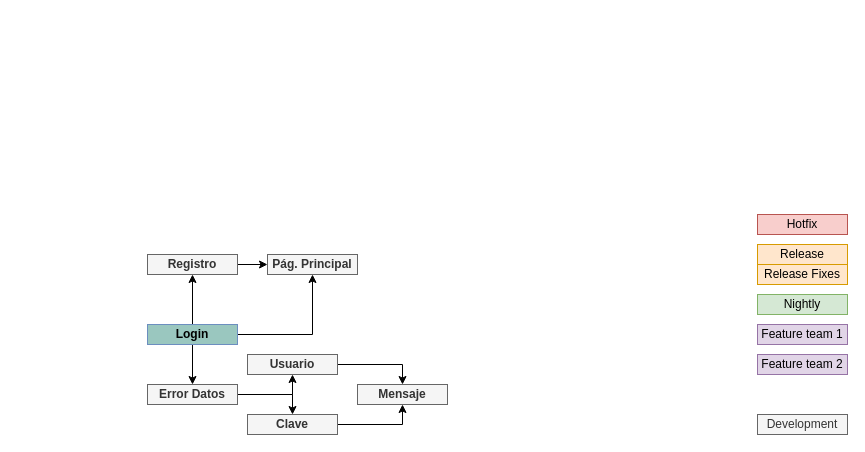
This is Diagrama sin título.drawio from amaliatorre/BOTANIC_diver-educa, a draw.io file, before an edit. Source tidied: cells renumbered, new cells numbered last; positions are measured from the earlier drawing's top-left corner, leaving out a move shared by most shapes. Both pictures are drawn from the tidied source at 100%, with x=0, y=0 at pixel (147, 214).
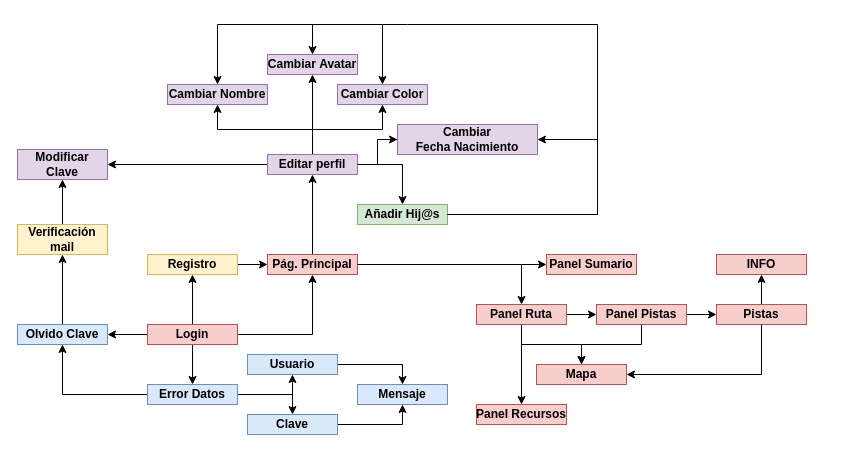
After the change.

The edit, as a diff of the source:
```diff
@@
+    <mxCell id="24" style="edgeStyle=orthogonalEdgeStyle;rounded=0;jettySize=auto;html=1;" parent="1" edge="1" source="5" target="29">
+      <mxGeometry relative="1" as="geometry" />
+    </mxCell>
-    <mxCell id="5" value="&lt;b&gt;Login&lt;/b&gt;" style="text;html=1;strokeColor=#6c8ebf;fillColor=#9AC7BF;align=center;verticalAlign=middle;whiteSpace=wrap;rounded=0;" parent="1" vertex="1">
+    <mxCell id="5" value="&lt;b&gt;Login&lt;/b&gt;" style="text;html=1;strokeColor=#b85450;fillColor=#f8cecc;align=center;verticalAlign=middle;whiteSpace=wrap;rounded=0;" parent="1" vertex="1">
       <mxGeometry y="110" width="90" height="20" as="geometry" />
     </mxCell>
-    <mxCell id="6" value="Hotfix" style="text;html=1;strokeColor=#b85450;fillColor=#f8cecc;align=center;verticalAlign=middle;whiteSpace=wrap;rounded=0;" parent="1" vertex="1">
-      <mxGeometry x="610" width="90" height="20" as="geometry" />
-    </mxCell>
-    <mxCell id="7" value="Nightly" style="text;html=1;strokeColor=#82b366;fillColor=#d5e8d4;align=center;verticalAlign=middle;whiteSpace=wrap;rounded=0;" parent="1" vertex="1">
-      <mxGeometry x="610" y="80" width="90" height="20" as="geometry" />
-    </mxCell>
-    <mxCell id="8" value="Release" style="text;html=1;strokeColor=#d79b00;fillColor=#ffe6cc;align=center;verticalAlign=middle;whiteSpace=wrap;rounded=0;fontSize=12;" parent="1" vertex="1">
-      <mxGeometry x="610" y="30" width="90" height="20" as="geometry" />
-    </mxCell>
-    <mxCell id="9" value="Feature team 1" style="text;html=1;strokeColor=#9673a6;fillColor=#e1d5e7;align=center;verticalAlign=middle;whiteSpace=wrap;rounded=0;" parent="1" vertex="1">
-      <mxGeometry x="610" y="110" width="90" height="20" as="geometry" />
-    </mxCell>
-    <mxCell id="10" value="Feature team 2" style="text;html=1;strokeColor=#9673a6;fillColor=#e1d5e7;align=center;verticalAlign=middle;whiteSpace=wrap;rounded=0;" parent="1" vertex="1">
-      <mxGeometry x="610" y="140" width="90" height="20" as="geometry" />
-    </mxCell>
-    <mxCell id="11" value="Development" style="text;html=1;strokeColor=#666666;fillColor=#f5f5f5;align=center;verticalAlign=middle;whiteSpace=wrap;rounded=0;fontColor=#333333;" parent="1" vertex="1">
-      <mxGeometry x="610" y="200" width="90" height="20" as="geometry" />
-    </mxCell>
-    <mxCell id="12" value="Release Fixes" style="text;html=1;strokeColor=#d79b00;fillColor=#ffe6cc;align=center;verticalAlign=middle;whiteSpace=wrap;rounded=0;fontSize=12;" parent="1" vertex="1">
-      <mxGeometry x="610" y="50" width="90" height="20" as="geometry" />
-    </mxCell>
@@
-    <mxCell id="14" value="&lt;b&gt;Registro&lt;/b&gt;" style="text;html=1;strokeColor=#666666;fillColor=#f5f5f5;align=center;verticalAlign=middle;whiteSpace=wrap;rounded=0;fontColor=#333333;" parent="1" vertex="1">
+    <mxCell id="14" value="&lt;b&gt;Registro&lt;/b&gt;" style="text;html=1;strokeColor=#d6b656;fillColor=#fff2cc;align=center;verticalAlign=middle;whiteSpace=wrap;rounded=0;" parent="1" vertex="1">
       <mxGeometry y="40" width="90" height="20" as="geometry" />
     </mxCell>
+    <mxCell id="25" style="edgeStyle=orthogonalEdgeStyle;rounded=0;jettySize=auto;html=1;" parent="1" edge="1" source="15" target="39">
+      <mxGeometry relative="1" as="geometry" />
+    </mxCell>
+    <mxCell id="26" style="edgeStyle=orthogonalEdgeStyle;rounded=0;jettySize=auto;html=1;" parent="1" edge="1" source="15" target="50">
+      <mxGeometry relative="1" as="geometry" />
+    </mxCell>
-    <mxCell id="15" value="&lt;b&gt;Pág. Principal&lt;/b&gt;" style="text;html=1;strokeColor=#666666;fillColor=#f5f5f5;align=center;verticalAlign=middle;whiteSpace=wrap;rounded=0;fontColor=#333333;" parent="1" vertex="1">
+    <mxCell id="15" value="&lt;b&gt;Pág. Principal&lt;/b&gt;" style="text;html=1;strokeColor=#b85450;fillColor=#f8cecc;align=center;verticalAlign=middle;whiteSpace=wrap;rounded=0;" parent="1" vertex="1">
       <mxGeometry x="120" y="40" width="90" height="20" as="geometry" />
     </mxCell>
@@
+    <mxCell id="27" style="edgeStyle=orthogonalEdgeStyle;rounded=0;jettySize=auto;html=1;" parent="1" edge="1" source="18" target="29">
+      <mxGeometry relative="1" as="geometry" />
+    </mxCell>
-    <mxCell id="18" value="&lt;b&gt;Error Datos&lt;/b&gt;" style="text;html=1;strokeColor=#666666;fillColor=#f5f5f5;align=center;verticalAlign=middle;whiteSpace=wrap;rounded=0;fontColor=#333333;" parent="1" vertex="1">
+    <mxCell id="18" value="&lt;b&gt;Error Datos&lt;/b&gt;" style="text;html=1;strokeColor=#6c8ebf;fillColor=#dae8fc;align=center;verticalAlign=middle;whiteSpace=wrap;rounded=0;" parent="1" vertex="1">
       <mxGeometry y="170" width="90" height="20" as="geometry" />
     </mxCell>
@@
-    <mxCell id="20" value="&lt;b&gt;Usuario&lt;/b&gt;" style="text;html=1;strokeColor=#666666;fillColor=#f5f5f5;align=center;verticalAlign=middle;whiteSpace=wrap;rounded=0;fontColor=#333333;" parent="1" vertex="1">
+    <mxCell id="20" value="&lt;b&gt;Usuario&lt;/b&gt;" style="text;html=1;strokeColor=#6c8ebf;fillColor=#dae8fc;align=center;verticalAlign=middle;whiteSpace=wrap;rounded=0;" parent="1" vertex="1">
       <mxGeometry x="100" y="140" width="90" height="20" as="geometry" />
     </mxCell>
@@
-    <mxCell id="22" value="&lt;b&gt;Clave&lt;/b&gt;" style="text;html=1;strokeColor=#666666;fillColor=#f5f5f5;align=center;verticalAlign=middle;whiteSpace=wrap;rounded=0;fontColor=#333333;" parent="1" vertex="1">
+    <mxCell id="22" value="&lt;b&gt;Clave&lt;/b&gt;" style="text;html=1;strokeColor=#6c8ebf;fillColor=#dae8fc;align=center;verticalAlign=middle;whiteSpace=wrap;rounded=0;" parent="1" vertex="1">
       <mxGeometry x="100" y="200" width="90" height="20" as="geometry" />
     </mxCell>
-    <mxCell id="23" value="&lt;b&gt;Mensaje&lt;/b&gt;" style="text;html=1;strokeColor=#666666;fillColor=#f5f5f5;align=center;verticalAlign=middle;whiteSpace=wrap;rounded=0;fontColor=#333333;" parent="1" vertex="1">
+    <mxCell id="23" value="&lt;b&gt;Mensaje&lt;/b&gt;" style="text;html=1;strokeColor=#6c8ebf;fillColor=#dae8fc;align=center;verticalAlign=middle;whiteSpace=wrap;rounded=0;" parent="1" vertex="1">
       <mxGeometry x="210" y="170" width="90" height="20" as="geometry" />
     </mxCell>
+    <mxCell id="28" style="edgeStyle=orthogonalEdgeStyle;rounded=0;jettySize=auto;html=1;" parent="1" edge="1" source="29" target="31">
+      <mxGeometry relative="1" as="geometry" />
+    </mxCell>
+    <mxCell id="29" value="&lt;b&gt;Olvido Clave&lt;/b&gt;" style="text;html=1;strokeColor=#6c8ebf;fillColor=#dae8fc;align=center;verticalAlign=middle;whiteSpace=wrap;rounded=0;" parent="1" vertex="1">
+      <mxGeometry x="-130" y="110" width="90" height="20" as="geometry" />
+    </mxCell>
+    <mxCell id="30" style="edgeStyle=orthogonalEdgeStyle;rounded=0;jettySize=auto;html=1;" parent="1" edge="1" source="31" target="32">
+      <mxGeometry relative="1" as="geometry" />
+    </mxCell>
+    <mxCell id="31" value="&lt;b&gt;Verificación mail&lt;/b&gt;" style="text;html=1;strokeColor=#d6b656;fillColor=#fff2cc;align=center;verticalAlign=middle;whiteSpace=wrap;rounded=0;" parent="1" vertex="1">
+      <mxGeometry x="-130" y="10" width="90" height="30" as="geometry" />
+    </mxCell>
+    <mxCell id="32" value="&lt;b&gt;Modificar&lt;br&gt;Clave&lt;br&gt;&lt;/b&gt;" style="text;html=1;strokeColor=#9673a6;fillColor=#e1d5e7;align=center;verticalAlign=middle;whiteSpace=wrap;rounded=0;" parent="1" vertex="1">
+      <mxGeometry x="-130" y="-65" width="90" height="30" as="geometry" />
+    </mxCell>
+    <mxCell id="33" style="edgeStyle=orthogonalEdgeStyle;rounded=0;jettySize=auto;html=1;" parent="1" edge="1" source="39" target="32">
+      <mxGeometry relative="1" as="geometry" />
+    </mxCell>
+    <mxCell id="34" style="edgeStyle=orthogonalEdgeStyle;rounded=0;jettySize=auto;html=1;" parent="1" edge="1" source="39" target="40">
+      <mxGeometry relative="1" as="geometry" />
+    </mxCell>
+    <mxCell id="35" style="edgeStyle=orthogonalEdgeStyle;rounded=0;jettySize=auto;html=1;" parent="1" edge="1" source="39" target="41">
+      <mxGeometry relative="1" as="geometry" />
+    </mxCell>
+    <mxCell id="36" style="edgeStyle=orthogonalEdgeStyle;rounded=0;jettySize=auto;html=1;" parent="1" edge="1" source="39" target="42">
+      <mxGeometry relative="1" as="geometry" />
+    </mxCell>
+    <mxCell id="37" style="edgeStyle=orthogonalEdgeStyle;rounded=0;jettySize=auto;html=1;startArrow=none;exitX=1;exitY=0.5;exitDx=0;exitDy=0;" parent="1" edge="1" source="39" target="43">
+      <mxGeometry relative="1" as="geometry" />
+    </mxCell>
+    <mxCell id="38" style="edgeStyle=orthogonalEdgeStyle;rounded=0;jettySize=auto;html=1;" parent="1" edge="1" source="39" target="45">
+      <mxGeometry relative="1" as="geometry" />
+    </mxCell>
+    <mxCell id="39" value="&lt;b&gt;Editar perfil&lt;/b&gt;" style="text;html=1;strokeColor=#9673a6;fillColor=#e1d5e7;align=center;verticalAlign=middle;whiteSpace=wrap;rounded=0;" parent="1" vertex="1">
+      <mxGeometry x="120" y="-60" width="90" height="20" as="geometry" />
+    </mxCell>
+    <mxCell id="40" value="&lt;b&gt;Cambiar Nombre&lt;/b&gt;" style="text;html=1;strokeColor=#9673a6;fillColor=#e1d5e7;align=center;verticalAlign=middle;whiteSpace=wrap;rounded=0;" parent="1" vertex="1">
+      <mxGeometry x="20" y="-130" width="100" height="20" as="geometry" />
+    </mxCell>
+    <mxCell id="41" value="&lt;span style=&quot;font-size: 12px;&quot;&gt;&lt;b&gt;Cambiar&lt;/b&gt;&lt;/span&gt;&lt;b&gt;&amp;nbsp;Avatar&lt;/b&gt;" style="text;html=1;strokeColor=#9673a6;fillColor=#e1d5e7;align=center;verticalAlign=middle;whiteSpace=wrap;rounded=0;" parent="1" vertex="1">
+      <mxGeometry x="120" y="-160" width="90" height="20" as="geometry" />
+    </mxCell>
+    <mxCell id="42" value="&lt;span style=&quot;font-size: 12px;&quot;&gt;&lt;b&gt;Cambiar&lt;/b&gt;&lt;/span&gt;&lt;b&gt;&amp;nbsp;Color&lt;/b&gt;" style="text;html=1;strokeColor=#9673a6;fillColor=#e1d5e7;align=center;verticalAlign=middle;whiteSpace=wrap;rounded=0;" parent="1" vertex="1">
+      <mxGeometry x="190" y="-130" width="90" height="20" as="geometry" />
+    </mxCell>
+    <mxCell id="43" value="&lt;b&gt;Añadir Hij@s&lt;/b&gt;" style="text;html=1;strokeColor=#82b366;fillColor=#d5e8d4;align=center;verticalAlign=middle;whiteSpace=wrap;rounded=0;" parent="1" vertex="1">
+      <mxGeometry x="210" y="-10" width="90" height="20" as="geometry" />
+    </mxCell>
+    <mxCell id="44" style="edgeStyle=orthogonalEdgeStyle;rounded=0;jettySize=auto;html=1;endArrow=none;" parent="1" edge="1" source="39" target="45">
+      <mxGeometry relative="1" as="geometry" />
+    </mxCell>
+    <mxCell id="45" value="&lt;b&gt;Cambiar &lt;br&gt;Fecha Nacimiento&lt;/b&gt;" style="text;html=1;strokeColor=#9673a6;fillColor=#e1d5e7;align=center;verticalAlign=middle;whiteSpace=wrap;rounded=0;" parent="1" vertex="1">
+      <mxGeometry x="250" y="-90" width="140" height="30" as="geometry" />
+    </mxCell>
+    <mxCell id="46" style="endArrow=classic;html=1;rounded=0;exitX=1;exitY=0.5;exitDx=0;exitDy=0;entryX=1;entryY=0.5;entryDx=0;entryDy=0;" parent="1" edge="1" source="43" target="45">
+      <mxGeometry relative="1" as="geometry">
+        <Array as="points">
+          <mxPoint x="450" />
+          <mxPoint x="450" y="-75" />
+        </Array>
+      </mxGeometry>
+    </mxCell>
+    <mxCell id="47" style="endArrow=classic;html=1;rounded=0;exitX=1;exitY=0.5;exitDx=0;exitDy=0;entryX=0.5;entryY=0;entryDx=0;entryDy=0;" parent="1" edge="1" source="43" target="40">
+      <mxGeometry relative="1" as="geometry">
+        <Array as="points">
+          <mxPoint x="450" />
+          <mxPoint x="450" y="-190" />
+          <mxPoint x="260" y="-190" />
+          <mxPoint x="70" y="-190" />
+        </Array>
+      </mxGeometry>
+    </mxCell>
+    <mxCell id="48" style="endArrow=classic;html=1;rounded=0;entryX=0.5;entryY=0;entryDx=0;entryDy=0;" parent="1" edge="1" target="41">
+      <mxGeometry relative="1" as="geometry">
+        <mxPoint x="165" y="-190" as="sourcePoint" />
+      </mxGeometry>
+    </mxCell>
+    <mxCell id="49" style="endArrow=classic;html=1;rounded=0;entryX=0.5;entryY=0;entryDx=0;entryDy=0;" parent="1" edge="1" target="42">
+      <mxGeometry relative="1" as="geometry">
+        <mxPoint x="235" y="-190" as="sourcePoint" />
+      </mxGeometry>
+    </mxCell>
+    <mxCell id="50" value="&lt;b&gt;Panel Sumario&lt;/b&gt;" style="text;html=1;strokeColor=#b85450;fillColor=#f8cecc;align=center;verticalAlign=middle;whiteSpace=wrap;rounded=0;" parent="1" vertex="1">
+      <mxGeometry x="399" y="40" width="90" height="20" as="geometry" />
+    </mxCell>
+    <mxCell id="51" style="edgeStyle=orthogonalEdgeStyle;rounded=0;jettySize=auto;html=1;" parent="1" edge="1" source="54" target="58">
+      <mxGeometry relative="1" as="geometry" />
+    </mxCell>
+    <mxCell id="52" style="edgeStyle=orthogonalEdgeStyle;rounded=0;jettySize=auto;html=1;" parent="1" edge="1" source="54" target="59">
+      <mxGeometry relative="1" as="geometry" />
+    </mxCell>
+    <mxCell id="53" style="edgeStyle=orthogonalEdgeStyle;rounded=0;jettySize=auto;html=1;" parent="1" edge="1" source="54" target="64">
+      <mxGeometry relative="1" as="geometry" />
+    </mxCell>
+    <mxCell id="54" value="&lt;b&gt;Panel Ruta&lt;/b&gt;" style="text;html=1;strokeColor=#b85450;fillColor=#f8cecc;align=center;verticalAlign=middle;whiteSpace=wrap;rounded=0;" parent="1" vertex="1">
+      <mxGeometry x="329" y="90" width="90" height="20" as="geometry" />
+    </mxCell>
+    <mxCell id="55" style="edgeStyle=orthogonalEdgeStyle;rounded=0;jettySize=auto;html=1;exitX=1;exitY=0.5;exitDx=0;exitDy=0;entryX=0.5;entryY=0;entryDx=0;entryDy=0;" parent="1" edge="1" source="15" target="54">
+      <mxGeometry relative="1" as="geometry" />
+    </mxCell>
+    <mxCell id="56" style="edgeStyle=orthogonalEdgeStyle;rounded=0;jettySize=auto;html=1;" parent="1" edge="1" source="58" target="59">
+      <mxGeometry relative="1" as="geometry" />
+    </mxCell>
+    <mxCell id="57" style="edgeStyle=orthogonalEdgeStyle;rounded=0;jettySize=auto;html=1;" parent="1" edge="1" source="58" target="61">
+      <mxGeometry relative="1" as="geometry" />
+    </mxCell>
+    <mxCell id="58" value="&lt;b&gt;Panel Pistas&lt;/b&gt;" style="text;html=1;strokeColor=#b85450;fillColor=#f8cecc;align=center;verticalAlign=middle;whiteSpace=wrap;rounded=0;" parent="1" vertex="1">
+      <mxGeometry x="449" y="90" width="90" height="20" as="geometry" />
+    </mxCell>
+    <mxCell id="59" value="&lt;b&gt;Mapa&lt;/b&gt;" style="text;html=1;strokeColor=#b85450;fillColor=#f8cecc;align=center;verticalAlign=middle;whiteSpace=wrap;rounded=0;" parent="1" vertex="1">
+      <mxGeometry x="389" y="150" width="90" height="20" as="geometry" />
+    </mxCell>
+    <mxCell id="60" style="edgeStyle=orthogonalEdgeStyle;rounded=0;jettySize=auto;html=1;" parent="1" edge="1" source="61" target="62">
+      <mxGeometry relative="1" as="geometry" />
+    </mxCell>
+    <mxCell id="61" value="&lt;b&gt;Pistas&lt;/b&gt;" style="text;html=1;strokeColor=#b85450;fillColor=#f8cecc;align=center;verticalAlign=middle;whiteSpace=wrap;rounded=0;" parent="1" vertex="1">
+      <mxGeometry x="569" y="90" width="90" height="20" as="geometry" />
+    </mxCell>
+    <mxCell id="62" value="&lt;b&gt;INFO&lt;/b&gt;" style="text;html=1;strokeColor=#b85450;fillColor=#f8cecc;align=center;verticalAlign=middle;whiteSpace=wrap;rounded=0;" parent="1" vertex="1">
+      <mxGeometry x="569" y="40" width="90" height="20" as="geometry" />
+    </mxCell>
+    <mxCell id="63" style="endArrow=classic;html=1;rounded=0;exitX=0.5;exitY=1;exitDx=0;exitDy=0;entryX=1;entryY=0.5;entryDx=0;entryDy=0;" parent="1" edge="1" source="61" target="59">
+      <mxGeometry relative="1" as="geometry">
+        <Array as="points">
+          <mxPoint x="614" y="160" />
+        </Array>
+      </mxGeometry>
+    </mxCell>
+    <mxCell id="64" value="&lt;b&gt;Panel&amp;nbsp;&lt;/b&gt;&lt;span style=&quot;font-size: 12px;&quot;&gt;&lt;b&gt;Recursos&lt;/b&gt;&lt;/span&gt;" style="text;html=1;strokeColor=#b85450;fillColor=#f8cecc;align=center;verticalAlign=middle;whiteSpace=wrap;rounded=0;" parent="1" vertex="1">
+      <mxGeometry x="329" y="190" width="90" height="20" as="geometry" />
+    </mxCell>
```
